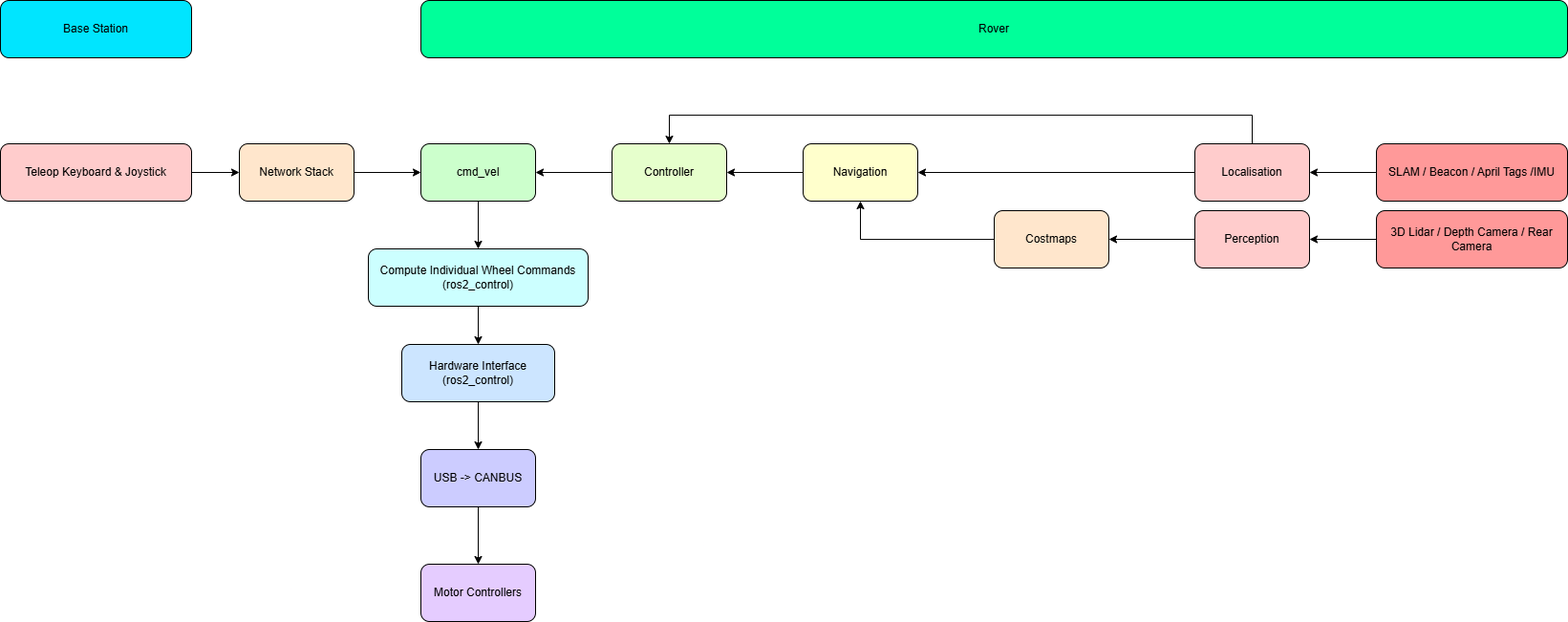
The draw.io diagram Media/drawio/software_flow.drawio.png in jsmith-exe/lunabotics, before a commit. Source tidied: cells renumbered, new cells last; positions are measured from the earlier drawing's top-left corner, leaving out a move shared by most shapes.
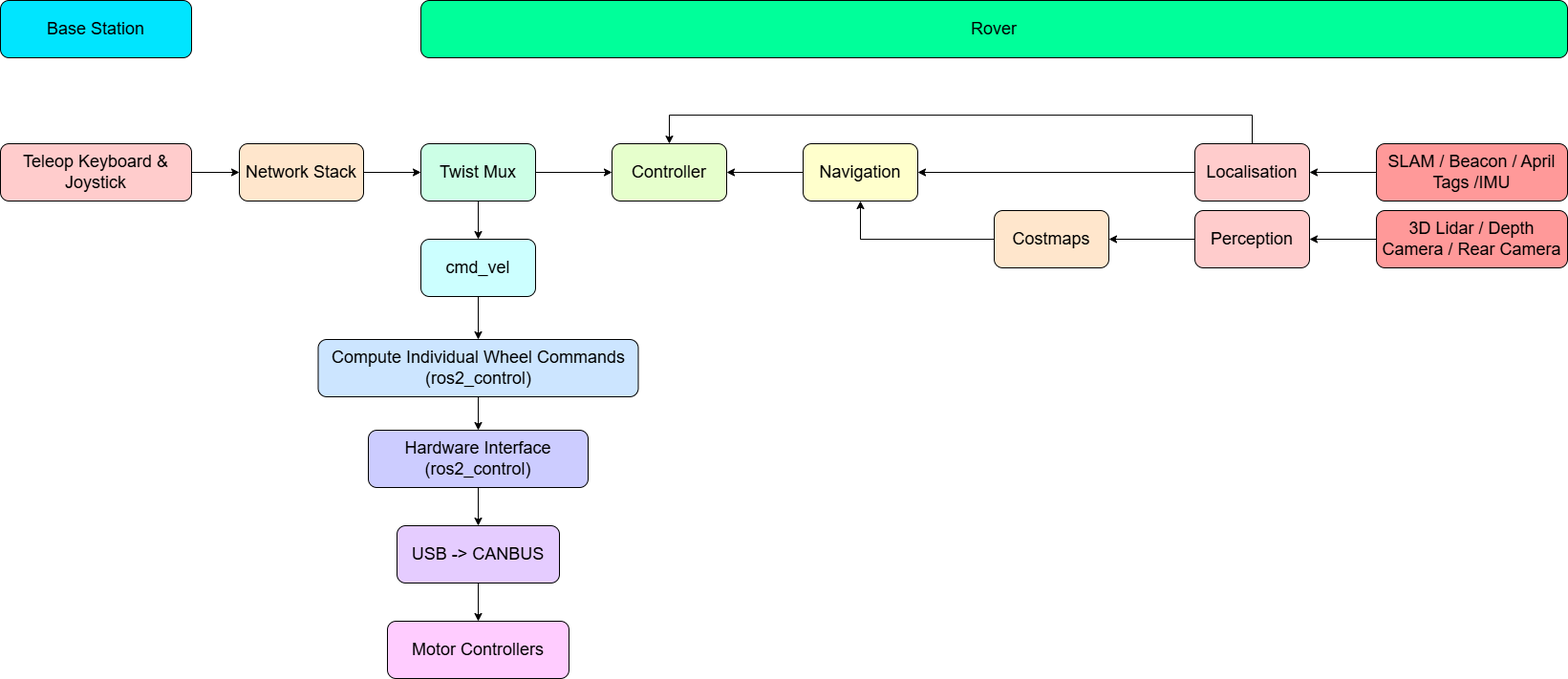
After the commit.

The edit, as a diff of the source:
```diff
@@ -2,49 +2,49 @@
   <root>
     <mxCell id="0" />
     <mxCell id="1" parent="0" />
-    <mxCell id="2" value="Base Station" style="rounded=1;whiteSpace=wrap;html=1;fillColor=#00E5FF;" parent="1" vertex="1">
+    <mxCell id="2" value="Base Station" style="rounded=1;whiteSpace=wrap;html=1;fillColor=#00E5FF;fontSize=18;fontStyle=0;" parent="1" vertex="1">
       <mxGeometry width="200" height="60" as="geometry" />
     </mxCell>
-    <mxCell id="3" style="edgeStyle=orthogonalEdgeStyle;rounded=0;jettySize=auto;html=1;exitX=1;exitY=0.5;exitDx=0;exitDy=0;" parent="1" edge="1" source="4" target="6">
+    <mxCell id="3" style="edgeStyle=orthogonalEdgeStyle;rounded=0;jettySize=auto;html=1;exitX=1;exitY=0.5;exitDx=0;exitDy=0;fontSize=18;fontStyle=0;" parent="1" edge="1" source="4" target="6">
       <mxGeometry relative="1" as="geometry" />
     </mxCell>
-    <mxCell id="4" value="Teleop Keyboard &amp;amp; Joystick" style="rounded=1;whiteSpace=wrap;html=1;fillColor=#FFCCCC;" parent="1" vertex="1">
+    <mxCell id="4" value="Teleop Keyboard &amp;amp; Joystick" style="rounded=1;whiteSpace=wrap;html=1;fillColor=#FFCCCC;fontSize=18;fontStyle=0;" parent="1" vertex="1">
       <mxGeometry y="150" width="200" height="60" as="geometry" />
     </mxCell>
-    <mxCell id="5" style="edgeStyle=orthogonalEdgeStyle;rounded=0;jettySize=auto;html=1;exitX=1;exitY=0.5;exitDx=0;exitDy=0;entryX=0;entryY=0.5;entryDx=0;entryDy=0;" parent="1" edge="1" source="6" target="8">
-      <mxGeometry relative="1" as="geometry" />
-    </mxCell>
+    <mxCell id="32" style="edgeStyle=orthogonalEdgeStyle;rounded=0;jettySize=auto;html=1;entryX=0;entryY=0.5;entryDx=0;entryDy=0;fontSize=18;fontStyle=0;" parent="1" edge="1" source="6" target="35">
+      <mxGeometry relative="1" as="geometry" />
+    </mxCell>
-    <mxCell id="6" value="Network Stack" style="rounded=1;whiteSpace=wrap;html=1;fillColor=#FFE6CC;" parent="1" vertex="1">
-      <mxGeometry x="250" y="150" width="120" height="60" as="geometry" />
+    <mxCell id="6" value="Network Stack" style="rounded=1;whiteSpace=wrap;html=1;fillColor=#FFE6CC;fontSize=18;fontStyle=0;" parent="1" vertex="1">
+      <mxGeometry x="250" y="150" width="130" height="60" as="geometry" />
     </mxCell>
-    <mxCell id="7" style="edgeStyle=orthogonalEdgeStyle;rounded=0;jettySize=auto;html=1;exitX=0.5;exitY=1;exitDx=0;exitDy=0;entryX=0.5;entryY=0;entryDx=0;entryDy=0;" parent="1" edge="1" source="8" target="27">
+    <mxCell id="7" style="edgeStyle=orthogonalEdgeStyle;rounded=0;jettySize=auto;html=1;exitX=0.5;exitY=1;exitDx=0;exitDy=0;entryX=0.5;entryY=0;entryDx=0;entryDy=0;fontSize=18;fontStyle=0;" parent="1" edge="1" source="8" target="27">
       <mxGeometry relative="1" as="geometry" />
     </mxCell>
-    <mxCell id="8" value="cmd_vel" style="rounded=1;whiteSpace=wrap;html=1;fillColor=#CCFFCC;" parent="1" vertex="1">
-      <mxGeometry x="440" y="150" width="120" height="60" as="geometry" />
+    <mxCell id="8" value="cmd_vel" style="rounded=1;whiteSpace=wrap;html=1;fillColor=#CCFFFF;fontSize=18;fontStyle=0;" parent="1" vertex="1">
+      <mxGeometry x="440" y="250" width="120" height="60" as="geometry" />
     </mxCell>
-    <mxCell id="9" value="Rover" style="rounded=1;whiteSpace=wrap;html=1;fillColor=#00FF9A;" parent="1" vertex="1">
+    <mxCell id="9" value="Rover" style="rounded=1;whiteSpace=wrap;html=1;fillColor=#00FF9A;fontSize=18;fontStyle=0;" parent="1" vertex="1">
       <mxGeometry x="440" width="1200" height="60" as="geometry" />
     </mxCell>
-    <mxCell id="10" style="edgeStyle=orthogonalEdgeStyle;rounded=0;jettySize=auto;html=1;exitX=0.5;exitY=1;exitDx=0;exitDy=0;entryX=0.5;entryY=0;entryDx=0;entryDy=0;" parent="1" edge="1" source="11" target="13">
+    <mxCell id="10" style="edgeStyle=orthogonalEdgeStyle;rounded=0;jettySize=auto;html=1;exitX=0.5;exitY=1;exitDx=0;exitDy=0;entryX=0.5;entryY=0;entryDx=0;entryDy=0;fontSize=18;fontStyle=0;" parent="1" edge="1" source="11" target="13">
       <mxGeometry relative="1" as="geometry" />
     </mxCell>
-    <mxCell id="11" value="Hardware Interface (ros2_control)" style="rounded=1;whiteSpace=wrap;html=1;fillColor=#CCE5FF;" parent="1" vertex="1">
-      <mxGeometry x="420" y="360" width="160" height="60" as="geometry" />
+    <mxCell id="11" value="Hardware Interface (ros2_control)" style="rounded=1;whiteSpace=wrap;html=1;fillColor=#CCCCFF;fontSize=18;fontStyle=0;" parent="1" vertex="1">
+      <mxGeometry x="385" y="450" width="230" height="60" as="geometry" />
     </mxCell>
-    <mxCell id="12" style="edgeStyle=orthogonalEdgeStyle;rounded=0;jettySize=auto;html=1;" parent="1" edge="1" source="13" target="14">
+    <mxCell id="12" style="edgeStyle=orthogonalEdgeStyle;rounded=0;jettySize=auto;html=1;fontSize=18;fontStyle=0;" parent="1" edge="1" source="13" target="14">
       <mxGeometry relative="1" as="geometry" />
     </mxCell>
-    <mxCell id="13" value="USB -&amp;gt; CANBUS" style="rounded=1;whiteSpace=wrap;html=1;fillColor=#CCCCFF;" parent="1" vertex="1">
-      <mxGeometry x="440" y="470" width="120" height="60" as="geometry" />
+    <mxCell id="13" value="USB -&amp;gt; CANBUS" style="rounded=1;whiteSpace=wrap;html=1;fillColor=#E5CCFF;fontSize=18;fontStyle=0;" parent="1" vertex="1">
+      <mxGeometry x="415" y="550" width="170" height="60" as="geometry" />
     </mxCell>
-    <mxCell id="14" value="Motor Controllers" style="rounded=1;whiteSpace=wrap;html=1;fillColor=#E5CCFF;" parent="1" vertex="1">
-      <mxGeometry x="440" y="590" width="120" height="60" as="geometry" />
+    <mxCell id="14" value="Motor Controllers" style="rounded=1;whiteSpace=wrap;html=1;fillColor=#FFCCFF;fontSize=18;fontStyle=0;" parent="1" vertex="1">
+      <mxGeometry x="405" y="650" width="190" height="60" as="geometry" />
     </mxCell>
-    <mxCell id="15" style="edgeStyle=orthogonalEdgeStyle;rounded=0;jettySize=auto;html=1;entryX=1;entryY=0.5;entryDx=0;entryDy=0;" parent="1" edge="1" source="17" target="21">
+    <mxCell id="15" style="edgeStyle=orthogonalEdgeStyle;rounded=0;jettySize=auto;html=1;entryX=1;entryY=0.5;entryDx=0;entryDy=0;fontSize=18;fontStyle=0;" parent="1" edge="1" source="17" target="21">
       <mxGeometry relative="1" as="geometry" />
     </mxCell>
-    <mxCell id="16" style="edgeStyle=orthogonalEdgeStyle;rounded=0;jettySize=auto;html=1;exitX=0.5;exitY=0;exitDx=0;exitDy=0;entryX=0.5;entryY=0;entryDx=0;entryDy=0;" parent="1" edge="1" source="17" target="25">
+    <mxCell id="16" style="edgeStyle=orthogonalEdgeStyle;rounded=0;jettySize=auto;html=1;exitX=0.5;exitY=0;exitDx=0;exitDy=0;entryX=0.5;entryY=0;entryDx=0;entryDy=0;fontSize=18;fontStyle=0;" parent="1" edge="1" source="17" target="25">
       <mxGeometry relative="1" as="geometry">
         <Array as="points">
           <mxPoint x="1310" y="120" />
@@ -52,50 +52,56 @@
         </Array>
       </mxGeometry>
     </mxCell>
-    <mxCell id="17" value="Localisation" style="rounded=1;whiteSpace=wrap;html=1;fillColor=#FFCCCC;" parent="1" vertex="1">
+    <mxCell id="17" value="Localisation" style="rounded=1;whiteSpace=wrap;html=1;fillColor=#FFCCCC;fontSize=18;fontStyle=0;" parent="1" vertex="1">
       <mxGeometry x="1250" y="150" width="120" height="60" as="geometry" />
     </mxCell>
-    <mxCell id="18" style="edgeStyle=orthogonalEdgeStyle;rounded=0;jettySize=auto;html=1;" parent="1" edge="1" source="19" target="23">
+    <mxCell id="18" style="edgeStyle=orthogonalEdgeStyle;rounded=0;jettySize=auto;html=1;fontSize=18;fontStyle=0;" parent="1" edge="1" source="19" target="23">
       <mxGeometry relative="1" as="geometry" />
     </mxCell>
-    <mxCell id="19" value="Perception" style="rounded=1;whiteSpace=wrap;html=1;fillColor=#FFCCCC;" parent="1" vertex="1">
+    <mxCell id="19" value="Perception" style="rounded=1;whiteSpace=wrap;html=1;fillColor=#FFCCCC;fontSize=18;fontStyle=0;" parent="1" vertex="1">
       <mxGeometry x="1250" y="220" width="120" height="60" as="geometry" />
     </mxCell>
-    <mxCell id="20" style="edgeStyle=orthogonalEdgeStyle;rounded=0;jettySize=auto;html=1;exitX=0;exitY=0.5;exitDx=0;exitDy=0;entryX=1;entryY=0.5;entryDx=0;entryDy=0;" parent="1" edge="1" source="21" target="25">
+    <mxCell id="20" style="edgeStyle=orthogonalEdgeStyle;rounded=0;jettySize=auto;html=1;exitX=0;exitY=0.5;exitDx=0;exitDy=0;entryX=1;entryY=0.5;entryDx=0;entryDy=0;fontSize=18;fontStyle=0;" parent="1" edge="1" source="21" target="25">
       <mxGeometry relative="1" as="geometry" />
     </mxCell>
-    <mxCell id="21" value="Navigation" style="rounded=1;whiteSpace=wrap;html=1;fillColor=#FFFFCC;" parent="1" vertex="1">
+    <mxCell id="21" value="Navigation" style="rounded=1;whiteSpace=wrap;html=1;fillColor=#FFFFCC;fontSize=18;fontStyle=0;" parent="1" vertex="1">
       <mxGeometry x="840" y="150" width="120" height="60" as="geometry" />
     </mxCell>
-    <mxCell id="22" style="edgeStyle=orthogonalEdgeStyle;rounded=0;jettySize=auto;html=1;" parent="1" edge="1" source="23" target="21">
+    <mxCell id="22" style="edgeStyle=orthogonalEdgeStyle;rounded=0;jettySize=auto;html=1;fontSize=18;fontStyle=0;" parent="1" edge="1" source="23" target="21">
       <mxGeometry relative="1" as="geometry" />
     </mxCell>
-    <mxCell id="23" value="Costmaps" style="rounded=1;whiteSpace=wrap;html=1;fillColor=#FFE6CC;" parent="1" vertex="1">
+    <mxCell id="23" value="Costmaps" style="rounded=1;whiteSpace=wrap;html=1;fillColor=#FFE6CC;fontSize=18;fontStyle=0;" parent="1" vertex="1">
       <mxGeometry x="1040" y="220" width="120" height="60" as="geometry" />
     </mxCell>
-    <mxCell id="24" style="edgeStyle=orthogonalEdgeStyle;rounded=0;jettySize=auto;html=1;exitX=0;exitY=0.5;exitDx=0;exitDy=0;entryX=1;entryY=0.5;entryDx=0;entryDy=0;" parent="1" edge="1" source="25" target="8">
-      <mxGeometry relative="1" as="geometry" />
-    </mxCell>
-    <mxCell id="25" value="Controller" style="rounded=1;whiteSpace=wrap;html=1;fillColor=#E6FFCC;" parent="1" vertex="1">
+    <mxCell id="25" value="Controller" style="rounded=1;whiteSpace=wrap;html=1;fillColor=#E6FFCC;fontSize=18;fontStyle=0;" parent="1" vertex="1">
       <mxGeometry x="640" y="150" width="120" height="60" as="geometry" />
     </mxCell>
-    <mxCell id="26" style="edgeStyle=orthogonalEdgeStyle;rounded=0;jettySize=auto;html=1;exitX=0.5;exitY=1;exitDx=0;exitDy=0;entryX=0.5;entryY=0;entryDx=0;entryDy=0;" parent="1" edge="1" source="27" target="11">
+    <mxCell id="26" style="edgeStyle=orthogonalEdgeStyle;rounded=0;jettySize=auto;html=1;exitX=0.5;exitY=1;exitDx=0;exitDy=0;entryX=0.5;entryY=0;entryDx=0;entryDy=0;fontSize=18;fontStyle=0;" parent="1" edge="1" source="27" target="11">
       <mxGeometry relative="1" as="geometry" />
     </mxCell>
-    <mxCell id="27" value="Compute Individual Wheel Commands (ros2_control)" style="rounded=1;whiteSpace=wrap;html=1;fillColor=#CCFFFF;" parent="1" vertex="1">
-      <mxGeometry x="385" y="260" width="230" height="60" as="geometry" />
+    <mxCell id="27" value="Compute Individual Wheel Commands (ros2_control)" style="rounded=1;whiteSpace=wrap;html=1;fillColor=#CCE5FF;fontSize=18;fontStyle=0;" parent="1" vertex="1">
+      <mxGeometry x="332.5" y="355" width="335" height="60" as="geometry" />
     </mxCell>
-    <mxCell id="28" style="edgeStyle=orthogonalEdgeStyle;rounded=0;jettySize=auto;html=1;exitX=0;exitY=0.5;exitDx=0;exitDy=0;entryX=1;entryY=0.5;entryDx=0;entryDy=0;" parent="1" edge="1" source="29" target="17">
+    <mxCell id="28" style="edgeStyle=orthogonalEdgeStyle;rounded=0;jettySize=auto;html=1;exitX=0;exitY=0.5;exitDx=0;exitDy=0;entryX=1;entryY=0.5;entryDx=0;entryDy=0;fontSize=18;fontStyle=0;" parent="1" edge="1" source="29" target="17">
       <mxGeometry relative="1" as="geometry" />
     </mxCell>
-    <mxCell id="29" value="SLAM / Beacon / April Tags /IMU" style="rounded=1;whiteSpace=wrap;html=1;fillColor=#FF9999;" parent="1" vertex="1">
+    <mxCell id="29" value="SLAM / Beacon / April Tags /IMU" style="rounded=1;whiteSpace=wrap;html=1;fillColor=#FF9999;fontSize=18;fontStyle=0;" parent="1" vertex="1">
       <mxGeometry x="1440" y="150" width="200" height="60" as="geometry" />
     </mxCell>
-    <mxCell id="30" style="edgeStyle=orthogonalEdgeStyle;rounded=0;jettySize=auto;html=1;entryX=1;entryY=0.5;entryDx=0;entryDy=0;" parent="1" edge="1" source="31" target="19">
+    <mxCell id="30" style="edgeStyle=orthogonalEdgeStyle;rounded=0;jettySize=auto;html=1;entryX=1;entryY=0.5;entryDx=0;entryDy=0;fontSize=18;fontStyle=0;" parent="1" edge="1" source="31" target="19">
       <mxGeometry relative="1" as="geometry" />
     </mxCell>
-    <mxCell id="31" value="3D Lidar / Depth Camera / Rear Camera" style="rounded=1;whiteSpace=wrap;html=1;fillColor=#FF9999;" parent="1" vertex="1">
+    <mxCell id="31" value="3D Lidar / Depth Camera / Rear Camera" style="rounded=1;whiteSpace=wrap;html=1;fillColor=#FF9999;fontSize=18;fontStyle=0;" parent="1" vertex="1">
       <mxGeometry x="1440" y="220" width="200" height="60" as="geometry" />
     </mxCell>
+    <mxCell id="33" style="edgeStyle=orthogonalEdgeStyle;rounded=0;jettySize=auto;html=1;entryX=0;entryY=0.5;entryDx=0;entryDy=0;fontSize=18;fontStyle=0;" parent="1" edge="1" source="35" target="25">
+      <mxGeometry relative="1" as="geometry" />
+    </mxCell>
+    <mxCell id="34" style="edgeStyle=orthogonalEdgeStyle;rounded=0;jettySize=auto;html=1;exitX=0.5;exitY=1;exitDx=0;exitDy=0;entryX=0.5;entryY=0;entryDx=0;entryDy=0;fontSize=18;fontStyle=0;" parent="1" edge="1" source="35" target="8">
+      <mxGeometry relative="1" as="geometry" />
+    </mxCell>
+    <mxCell id="35" value="Twist Mux" style="rounded=1;whiteSpace=wrap;html=1;fillColor=#CCFFE6;fontSize=18;fontStyle=0;" parent="1" vertex="1">
+      <mxGeometry x="440" y="150" width="120" height="60" as="geometry" />
+    </mxCell>
   </root>
 </mxGraphModel>
```
